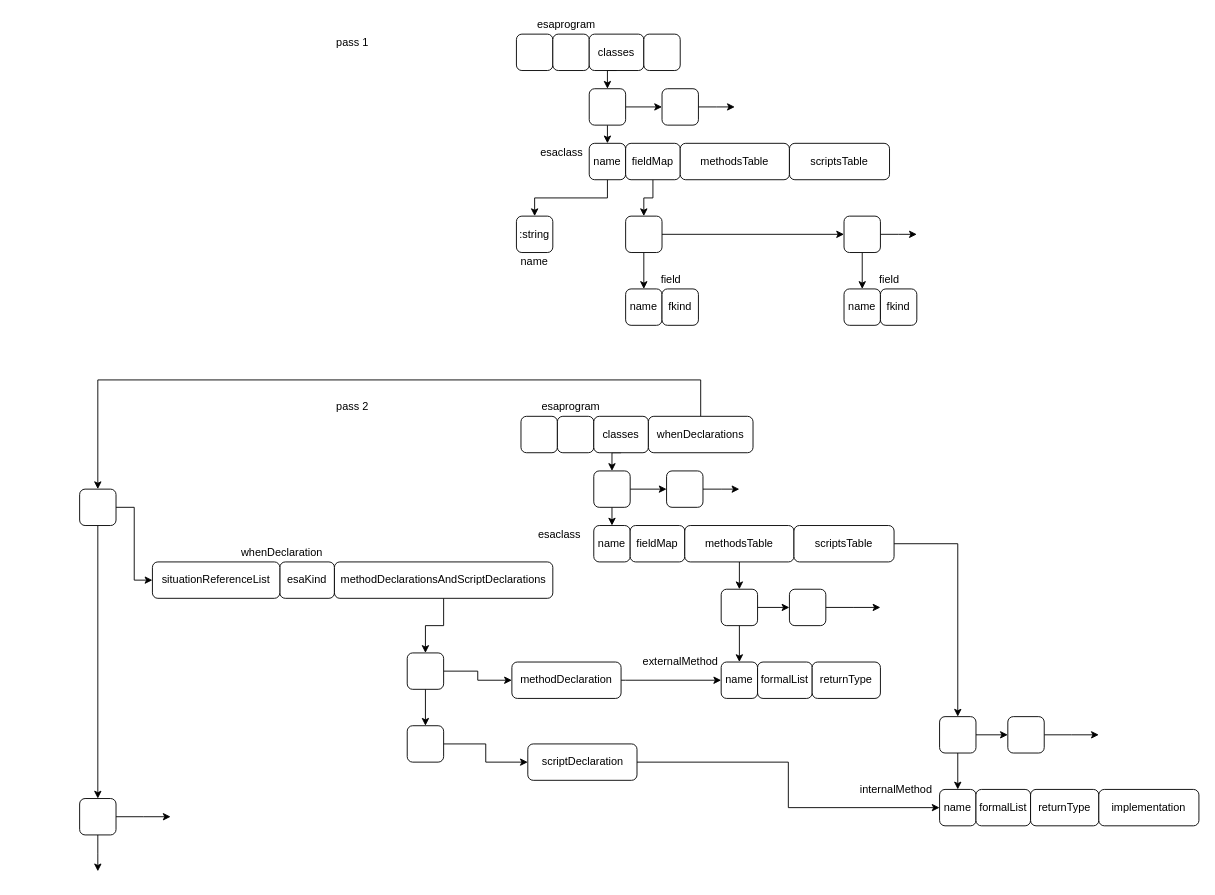
Before: build_process/esa-transpiler/exprtypes.drawio in bmfbp/bmfbp, a draw.io diagram. Source tidied: cells renumbered, new cells numbered last; positions are measured from the earlier drawing's top-left corner, leaving out a move shared by most shapes. Both pictures are drawn from the tidied source at 91%, with x=0, y=0 at pixel (79, 15).
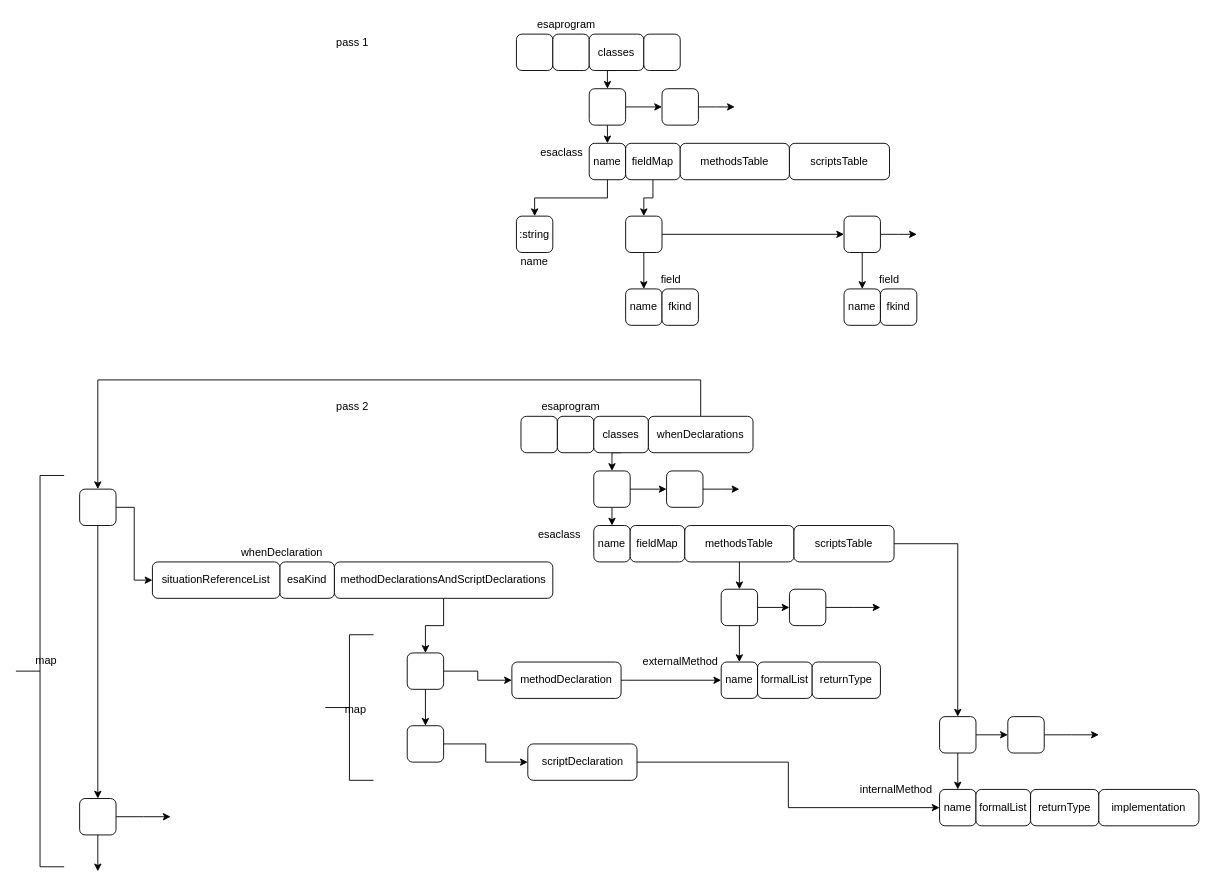
The same diagram, later.

What changed in the source:
```diff
@@
+    <mxCell id="94" style="html=1;shape=mxgraph.flowchart.annotation_2;align=left;labelPosition=right;" parent="1" vertex="1">
+      <mxGeometry x="270" y="680" width="53" height="160" as="geometry" />
+    </mxCell>
+    <mxCell id="95" value="map" style="text;html=1;align=center;verticalAlign=middle;" parent="94" vertex="1">
+      <mxGeometry x="13" y="72" width="40" height="20" as="geometry" />
+    </mxCell>
+    <mxCell id="96" style="html=1;shape=mxgraph.flowchart.annotation_2;align=left;labelPosition=right;" parent="1" vertex="1">
+      <mxGeometry x="-70" y="505" width="53" height="430" as="geometry" />
+    </mxCell>
+    <mxCell id="97" value="map" style="text;html=1;align=center;verticalAlign=middle;" parent="96" vertex="1">
+      <mxGeometry x="13" y="193.5" width="40" height="20" as="geometry" />
+    </mxCell>
```
